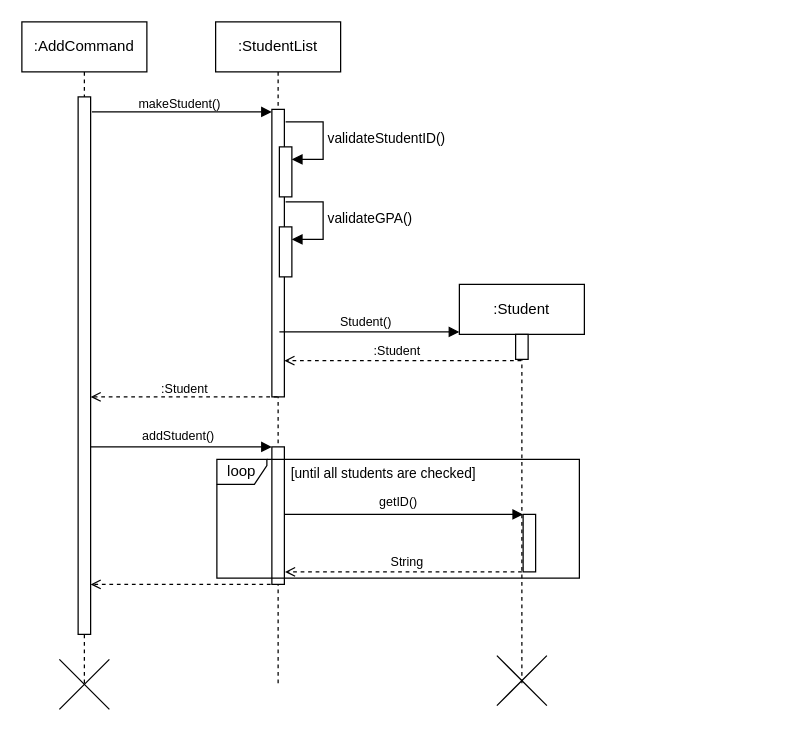
Before: docs/Untitled Diagram.drawio in paulktham/tp, a draw.io diagram. Source tidied: cells renumbered, new cells numbered last; positions are measured from the earlier drawing's top-left corner, leaving out a move shared by most shapes. Both pictures are drawn from the tidied source at 125%, with x=0, y=0 at pixel (21, 21).
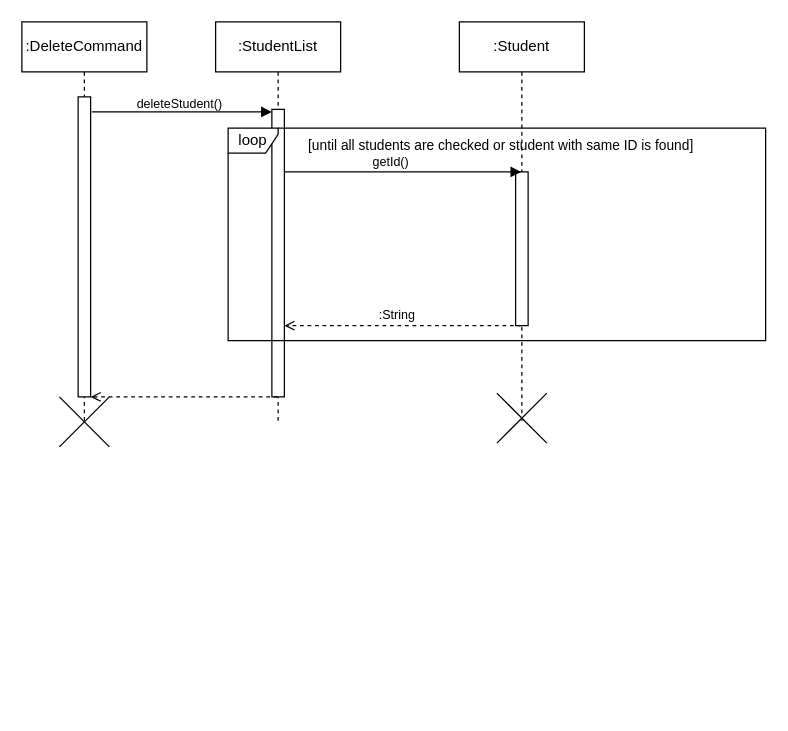
After the change.

What changed in the source:
```diff
@@
-    <mxCell id="2" value=":AddCommand" style="shape=umlLifeline;perimeter=lifelinePerimeter;whiteSpace=wrap;html=1;newEdgeStyle={&quot;edgeStyle&quot;:&quot;elbowEdgeStyle&quot;,&quot;elbow&quot;:&quot;vertical&quot;,&quot;curved&quot;:0,&quot;rounded&quot;:0};" parent="1" vertex="1">
-      <mxGeometry width="100" height="530" as="geometry" />
+    <mxCell id="2" value=":DeleteCommand" style="shape=umlLifeline;perimeter=lifelinePerimeter;whiteSpace=wrap;html=1;newEdgeStyle={&quot;edgeStyle&quot;:&quot;elbowEdgeStyle&quot;,&quot;elbow&quot;:&quot;vertical&quot;,&quot;curved&quot;:0,&quot;rounded&quot;:0};" parent="1" vertex="1">
+      <mxGeometry width="100" height="320" as="geometry" />
     </mxCell>
     <mxCell id="3" style="html=1;points=[[0,0,0,0,5],[0,1,0,0,-5],[1,0,0,0,5],[1,1,0,0,-5]];perimeter=orthogonalPerimeter;outlineConnect=0;targetShapes=umlLifeline;portConstraint=eastwest;newEdgeStyle={&quot;curved&quot;:0,&quot;rounded&quot;:0};" parent="2" vertex="1">
-      <mxGeometry x="45" y="60" width="10" height="430" as="geometry" />
+      <mxGeometry x="45" y="60" width="10" height="240" as="geometry" />
     </mxCell>
     <mxCell id="4" value=":Student" style="shape=umlLifeline;perimeter=lifelinePerimeter;whiteSpace=wrap;html=1;outlineConnect=0;portConstraint=eastwest;newEdgeStyle={&quot;edgeStyle&quot;:&quot;elbowEdgeStyle&quot;,&quot;elbow&quot;:&quot;vertical&quot;,&quot;curved&quot;:0,&quot;rounded&quot;:0};" parent="1" vertex="1">
-      <mxGeometry x="350" y="210" width="100" height="320" as="geometry" />
+      <mxGeometry x="350" width="100" height="320" as="geometry" />
     </mxCell>
     <mxCell id="5" style="html=1;perimeter=orthogonalPerimeter;targetShapes=umlLifeline;newEdgeStyle={&quot;curved&quot;:0,&quot;rounded&quot;:0};" parent="4" vertex="1">
-      <mxGeometry x="45" y="40" width="10" height="20" as="geometry" />
+      <mxGeometry x="45" y="120" width="10" height="123" as="geometry" />
     </mxCell>
@@
     <mxCell id="7" value=":StudentList" style="shape=umlLifeline;perimeter=lifelinePerimeter;whiteSpace=wrap;html=1;newEdgeStyle={&quot;edgeStyle&quot;:&quot;elbowEdgeStyle&quot;,&quot;elbow&quot;:&quot;vertical&quot;,&quot;curved&quot;:0,&quot;rounded&quot;:0};" parent="1" vertex="1">
-      <mxGeometry x="155" width="100" height="530" as="geometry" />
+      <mxGeometry x="155" width="100" height="320" as="geometry" />
     </mxCell>
@@
-    <mxCell id="9" style="html=1;points=[[0,0,0,0,5],[0,1,0,0,-5],[1,0,0,0,5],[1,1,0,0,-5]];perimeter=orthogonalPerimeter;outlineConnect=0;targetShapes=umlLifeline;portConstraint=eastwest;newEdgeStyle={&quot;curved&quot;:0,&quot;rounded&quot;:0};" parent="7" vertex="1">
-      <mxGeometry x="51" y="100" width="10" height="40" as="geometry" />
-    </mxCell>
-    <mxCell id="10" value="validateStudentID()" style="html=1;align=left;spacingLeft=2;endArrow=block;rounded=0;edgeStyle=orthogonalEdgeStyle;curved=0;rounded=0;" parent="7" edge="1" target="9">
-      <mxGeometry relative="1" as="geometry">
-        <mxPoint x="56" y="80" as="sourcePoint" />
-        <Array as="points">
-          <mxPoint x="86" y="110" />
-        </Array>
-      </mxGeometry>
-    </mxCell>
@@
-    <mxCell id="12" value="&lt;font style=&quot;font-size: 10px;&quot;&gt;makeStudent()&lt;/font&gt;" style="text;html=1;align=center;verticalAlign=middle;strokeColor=none;fillColor=none;" parent="1" vertex="1">
+    <mxCell id="12" value="&lt;font style=&quot;font-size: 10px;&quot;&gt;deleteStudent()&lt;/font&gt;" style="text;html=1;align=center;verticalAlign=middle;strokeColor=none;fillColor=none;" parent="1" vertex="1">
       <mxGeometry x="81" y="50" width="90" height="30" as="geometry" />
     </mxCell>
-    <mxCell id="13" value="&lt;font style=&quot;font-size: 10px;&quot;&gt;Student()&lt;/font&gt;" style="text;html=1;align=center;verticalAlign=middle;strokeColor=none;fillColor=none;" parent="1" vertex="1">
-      <mxGeometry x="245" y="225" width="60" height="30" as="geometry" />
+    <mxCell id="13" value="&lt;font style=&quot;font-size: 10px;&quot;&gt;getId()&lt;/font&gt;" style="text;html=1;align=center;verticalAlign=middle;strokeColor=none;fillColor=none;" parent="1" vertex="1">
+      <mxGeometry x="270" y="97" width="50" height="30" as="geometry" />
     </mxCell>
-    <mxCell id="14" style="html=1;verticalAlign=bottom;labelBackgroundColor=none;endArrow=open;endFill=0;dashed=1;rounded=0;" parent="1" edge="1">
-      <mxGeometry relative="1" as="geometry">
-        <mxPoint x="399.5" y="271" as="sourcePoint" />
-        <mxPoint x="210" y="271" as="targetPoint" />
-        <Array as="points">
-          <mxPoint x="260" y="271" />
-        </Array>
-      </mxGeometry>
-    </mxCell>
-    <mxCell id="15" value="&lt;font style=&quot;font-size: 10px;&quot;&gt;:Student&lt;/font&gt;" style="text;html=1;align=center;verticalAlign=middle;strokeColor=none;fillColor=none;" parent="1" vertex="1">
-      <mxGeometry x="270" y="248" width="60" height="30" as="geometry" />
-    </mxCell>
@@
-    <mxCell id="17" value="&lt;font style=&quot;font-size: 10px;&quot;&gt;:Student&lt;/font&gt;" style="text;html=1;align=center;verticalAlign=middle;strokeColor=none;fillColor=none;" parent="1" vertex="1">
-      <mxGeometry x="100" y="278" width="60" height="30" as="geometry" />
-    </mxCell>
     <mxCell id="18" style="shape=umlDestroy;dashed=0;targetShapes=umlLifeline;" parent="1" vertex="1">
-      <mxGeometry x="30" y="510" width="40" height="40" as="geometry" />
+      <mxGeometry x="30" y="300" width="40" height="40" as="geometry" />
     </mxCell>
-    <mxCell id="19" value="&lt;font style=&quot;font-size: 10px;&quot;&gt;addStudent()&lt;/font&gt;" style="text;html=1;align=center;verticalAlign=middle;strokeColor=none;fillColor=none;" parent="1" vertex="1">
-      <mxGeometry x="85" y="316" width="80" height="30" as="geometry" />
-    </mxCell>
-    <mxCell id="20" style="html=1;verticalAlign=bottom;labelBackgroundColor=none;endArrow=open;endFill=0;dashed=1;rounded=0;" parent="1" edge="1">
-      <mxGeometry relative="1" as="geometry">
-        <mxPoint x="205" y="450" as="sourcePoint" />
-        <mxPoint x="55" y="450" as="targetPoint" />
-        <Array as="points">
-          <mxPoint x="70" y="450" />
-        </Array>
-      </mxGeometry>
-    </mxCell>
-    <mxCell id="21" style="html=1;verticalAlign=bottom;labelBackgroundColor=none;endArrow=block;endFill=1;rounded=0;" parent="1" edge="1">
+    <mxCell id="21" style="html=1;verticalAlign=bottom;labelBackgroundColor=none;endArrow=block;endFill=1;rounded=0;" parent="1" edge="1" target="4">
       <mxGeometry relative="1" as="geometry">
-        <mxPoint x="206" y="248" as="sourcePoint" />
-        <mxPoint x="350" y="248" as="targetPoint" />
+        <mxPoint x="210" y="120" as="sourcePoint" />
         <Array as="points">
-          <mxPoint x="260" y="248" />
+          <mxPoint x="264" y="120" />
         </Array>
       </mxGeometry>
     </mxCell>
-    <mxCell id="22" style="html=1;points=[[0,0,0,0,5],[0,1,0,0,-5],[1,0,0,0,5],[1,1,0,0,-5]];perimeter=orthogonalPerimeter;outlineConnect=0;targetShapes=umlLifeline;portConstraint=eastwest;newEdgeStyle={&quot;curved&quot;:0,&quot;rounded&quot;:0};" parent="1" vertex="1">
-      <mxGeometry x="206" y="164" width="10" height="40" as="geometry" />
-    </mxCell>
-    <mxCell id="23" value="validateGPA()" style="html=1;align=left;spacingLeft=2;endArrow=block;rounded=0;edgeStyle=orthogonalEdgeStyle;curved=0;rounded=0;" parent="1" edge="1" target="22">
-      <mxGeometry relative="1" as="geometry">
-        <mxPoint x="211" y="144" as="sourcePoint" />
-        <Array as="points">
-          <mxPoint x="241" y="174" />
-        </Array>
-      </mxGeometry>
-    </mxCell>
-    <mxCell id="24" style="html=1;verticalAlign=bottom;labelBackgroundColor=none;endArrow=block;endFill=1;rounded=0;" parent="1" edge="1" source="3" target="25">
-      <mxGeometry relative="1" as="geometry" />
-    </mxCell>
-    <mxCell id="25" style="html=1;points=[[0,0,0,0,5],[0,1,0,0,-5],[1,0,0,0,5],[1,1,0,0,-5]];perimeter=orthogonalPerimeter;outlineConnect=0;targetShapes=umlLifeline;portConstraint=eastwest;newEdgeStyle={&quot;curved&quot;:0,&quot;rounded&quot;:0};" parent="1" vertex="1">
-      <mxGeometry x="200" y="340" width="10" height="110" as="geometry" />
-    </mxCell>
     <mxCell id="26" value="loop" style="shape=umlFrame;whiteSpace=wrap;html=1;width=40;height=20;" parent="1" vertex="1">
-      <mxGeometry x="156" y="350" width="290" height="95" as="geometry" />
+      <mxGeometry x="165" y="85" width="430" height="170" as="geometry" />
     </mxCell>
-    <mxCell id="27" value="&lt;font style=&quot;font-size: 11px;&quot;&gt;[until all students are checked]&lt;/font&gt;" style="text;html=1;align=center;verticalAlign=middle;strokeColor=none;fillColor=none;" parent="26" vertex="1">
-      <mxGeometry x="48" y="-4" width="170" height="30" as="geometry" />
+    <mxCell id="27" value="&lt;font style=&quot;font-size: 11px;&quot;&gt;[until all students are checked or student with same ID is found]&lt;/font&gt;" style="text;html=1;align=center;verticalAlign=middle;strokeColor=none;fillColor=none;" parent="26" vertex="1">
+      <mxGeometry x="53" y="-1" width="330" height="30" as="geometry" />
     </mxCell>
-    <mxCell id="28" style="html=1;points=[[0,0,0,0,5],[0,1,0,0,-5],[1,0,0,0,5],[1,1,0,0,-5]];perimeter=orthogonalPerimeter;outlineConnect=0;targetShapes=umlLifeline;portConstraint=eastwest;newEdgeStyle={&quot;curved&quot;:0,&quot;rounded&quot;:0};" parent="26" vertex="1">
-      <mxGeometry x="245" y="44" width="10" height="46" as="geometry" />
-    </mxCell>
-    <mxCell id="29" style="html=1;verticalAlign=bottom;labelBackgroundColor=none;endArrow=block;endFill=1;rounded=0;" parent="26" edge="1" target="28">
-      <mxGeometry relative="1" as="geometry">
-        <mxPoint x="54" y="44" as="sourcePoint" />
-        <Array as="points">
-          <mxPoint x="115" y="44" />
-        </Array>
-      </mxGeometry>
-    </mxCell>
-    <mxCell id="30" value="&lt;font style=&quot;font-size: 10px;&quot;&gt;getID()&lt;/font&gt;" style="text;html=1;align=center;verticalAlign=middle;strokeColor=none;fillColor=none;" parent="26" vertex="1">
-      <mxGeometry x="120" y="19" width="50" height="30" as="geometry" />
-    </mxCell>
-    <mxCell id="31" style="html=1;verticalAlign=bottom;labelBackgroundColor=none;endArrow=open;endFill=0;dashed=1;rounded=0;" parent="26" edge="1">
-      <mxGeometry relative="1" as="geometry">
-        <mxPoint x="244" y="90" as="sourcePoint" />
-        <mxPoint x="54.5" y="90" as="targetPoint" />
-        <Array as="points">
-          <mxPoint x="104.5" y="90" />
-        </Array>
-      </mxGeometry>
-    </mxCell>
-    <mxCell id="32" value="&lt;font style=&quot;font-size: 10px;&quot;&gt;String&lt;/font&gt;" style="text;html=1;align=center;verticalAlign=middle;strokeColor=none;fillColor=none;" parent="26" vertex="1">
-      <mxGeometry x="127" y="67" width="50" height="30" as="geometry" />
-    </mxCell>
+    <mxCell id="15" value="&lt;font style=&quot;font-size: 10px;&quot;&gt;:String&lt;/font&gt;" style="text;html=1;align=center;verticalAlign=middle;strokeColor=none;fillColor=none;" parent="26" vertex="1">
+      <mxGeometry x="110" y="134" width="50" height="30" as="geometry" />
+    </mxCell>
+    <mxCell id="14" style="html=1;verticalAlign=bottom;labelBackgroundColor=none;endArrow=open;endFill=0;dashed=1;rounded=0;" parent="26" edge="1">
+      <mxGeometry relative="1" as="geometry">
+        <mxPoint x="234.5" y="158" as="sourcePoint" />
+        <mxPoint x="45" y="158" as="targetPoint" />
+        <Array as="points">
+          <mxPoint x="95" y="158" />
+        </Array>
+      </mxGeometry>
+    </mxCell>
```
